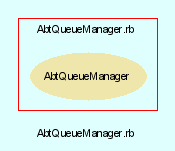
This is src/trunk/doc/dot/f_6.png from eschabell/abtlinux, a Graphviz export, as it was before one commit. Its source is kept beside it as src/trunk/doc/dot/f_6.dot. Source of this version:
```dot
digraph TopLevel {
    compound = true
    bgcolor = lightcyan1
    fontname = Arial
    fontsize = 8
    label = "AbtQueueManager.rb"
    node [
        fontname = Arial,
        fontsize = 8,
        color = black
    ]

    subgraph cluster_6 {
        fontname = Arial
        color = red
        label = "AbtQueueManager.rb"
        AbtQueueManager [
            fontcolor = black,
            URL = "classes/AbtQueueManager.html",
            shape = ellipse,
            color = palegoldenrod,
            style = filled,
            label = "AbtQueueManager"
        ]

    }

}
```
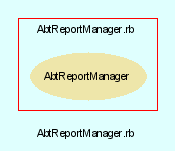
Above is the later version.

Diff of the diagram source:
```diff
@@ -3,24 +3,24 @@
     bgcolor = lightcyan1
     fontname = Arial
     fontsize = 8
-    label = "AbtQueueManager.rb"
+    label = "AbtReportManager.rb"
     node [
         fontname = Arial,
         fontsize = 8,
         color = black
     ]
 
-    subgraph cluster_6 {
+    subgraph cluster_7 {
         fontname = Arial
         color = red
-        label = "AbtQueueManager.rb"
-        AbtQueueManager [
+        label = "AbtReportManager.rb"
+        AbtReportManager [
             fontcolor = black,
-            URL = "classes/AbtQueueManager.html",
+            URL = "classes/AbtReportManager.html",
             shape = ellipse,
             color = palegoldenrod,
             style = filled,
-            label = "AbtQueueManager"
+            label = "AbtReportManager"
         ]
 
     }
```
